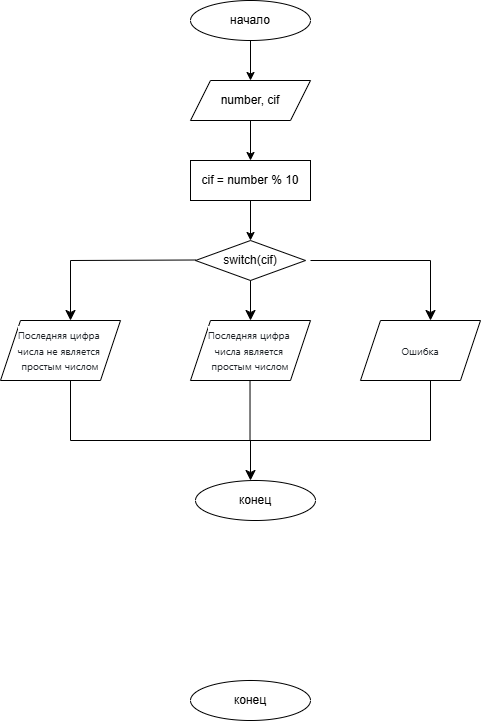
agn3strl/lab7-homework keeps this draw.io diagram as lab7scheme.drawio.png. Above is the earlier version. Source tidied: cells renumbered, new cells last; positions are measured from the earlier drawing's top-left corner, leaving out a move shared by most shapes.
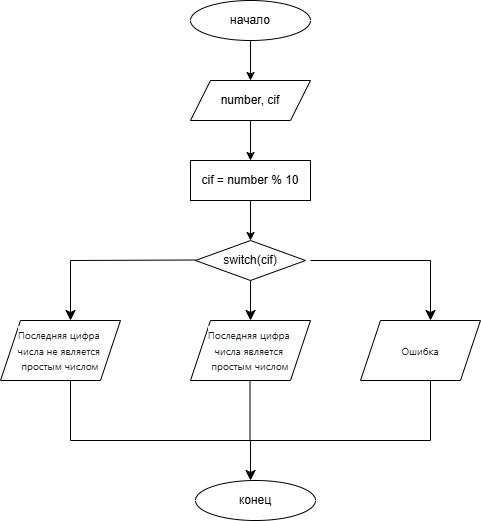
The same file after the commit.

The edit, as a diff of the source:
```diff
@@ -10,9 +10,6 @@
     <mxCell id="3" value="начало" style="ellipse;whiteSpace=wrap;html=1;" parent="1" vertex="1">
       <mxGeometry x="190" width="120" height="40" as="geometry" />
     </mxCell>
-    <mxCell id="4" value="конец" style="ellipse;whiteSpace=wrap;html=1;" parent="1" vertex="1">
-      <mxGeometry x="190" y="680" width="120" height="40" as="geometry" />
-    </mxCell>
     <mxCell id="5" style="edgeStyle=orthogonalEdgeStyle;rounded=0;jettySize=auto;html=1;exitX=0.5;exitY=1;exitDx=0;exitDy=0;" parent="1" edge="1" source="6">
       <mxGeometry relative="1" as="geometry">
         <mxPoint x="250" y="160" as="targetPoint" />
```
